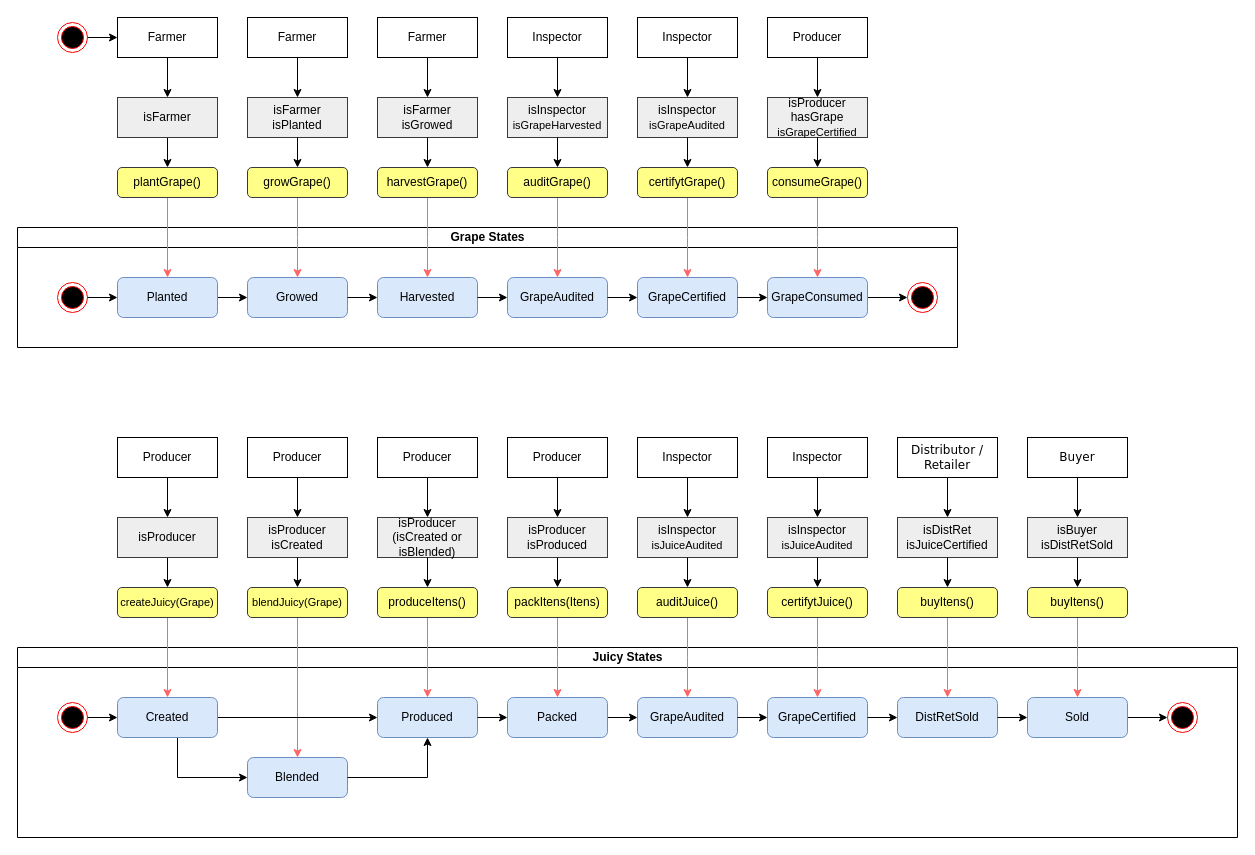
Above: project_3_Dapp_Supply_Chain/docs/uml_state.drawio in lucribas/udacity-blockchaindev-nanodegree (draw.io), before the change. Source tidied: cells renumbered, new cells numbered last; positions are measured from the earlier drawing's top-left corner, leaving out a move shared by most shapes. Both pictures are drawn from the tidied source at 100%, with x=0, y=0 at pixel (17, 17).
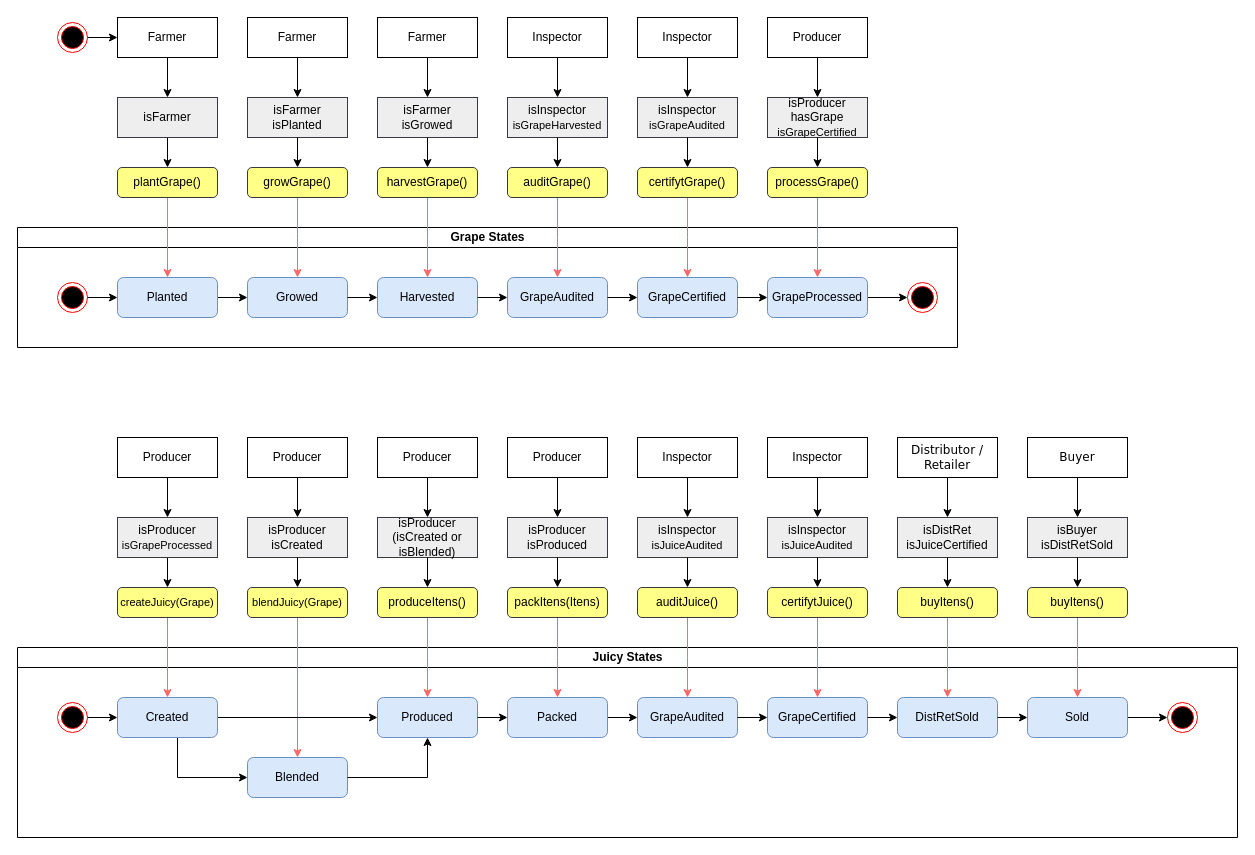
The same page after the edit.

Commit message (it also covers changes not shown here):
[Dapp Supply Chain] fixed UML diagrams

Unchanged cells that the change refers to:
```xml
<mxCell id="2" value="Grape States" style="swimlane;html=1;startSize=20;horizontal=1;containerType=tree;rounded=0;" parent="1" vertex="1">
  <mxGeometry y="210" width="940" height="120" as="geometry" />
</mxCell>
```

What changed in the source:
```diff
@@
-    <mxCell id="19" value="GrapeConsumed" style="whiteSpace=wrap;html=1;rounded=1;fillColor=#dae8fc;strokeColor=#6c8ebf;" parent="2" vertex="1">
+    <mxCell id="19" value="GrapeProcessed" style="whiteSpace=wrap;html=1;rounded=1;fillColor=#dae8fc;strokeColor=#6c8ebf;" parent="2" vertex="1">
       <mxGeometry x="750" y="50" width="100" height="40" as="geometry" />
     </mxCell>
@@
-    <mxCell id="54" value="consumeGrape()" style="whiteSpace=wrap;html=1;rounded=1;fillColor=#ffff88;strokeColor=#36393d;" parent="1" vertex="1">
+    <mxCell id="54" value="processGrape()" style="whiteSpace=wrap;html=1;rounded=1;fillColor=#ffff88;strokeColor=#36393d;" parent="1" vertex="1">
       <mxGeometry x="750" y="150" width="100" height="30" as="geometry" />
     </mxCell>
@@
-    <mxCell id="88" value="isProducer" style="rounded=0;whiteSpace=wrap;html=1;fillColor=#eeeeee;strokeColor=#36393d;" parent="1" vertex="1">
+    <mxCell id="88" value="isProducer&lt;br&gt;&lt;font style=&quot;font-size: 11px&quot;&gt;isGrapeProcessed&lt;/font&gt;" style="rounded=0;whiteSpace=wrap;html=1;fillColor=#eeeeee;strokeColor=#36393d;" parent="1" vertex="1">
       <mxGeometry x="100" y="500" width="100" height="40" as="geometry" />
     </mxCell>
```
